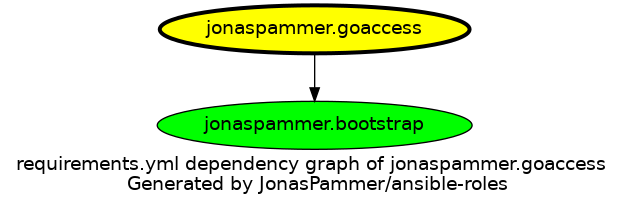
Earlier version of the Graphviz export graphs/dependencies_goaccess.png (JonasPammer/ansible-roles). Its source is kept beside it as graphs/dependencies_goaccess.dot.
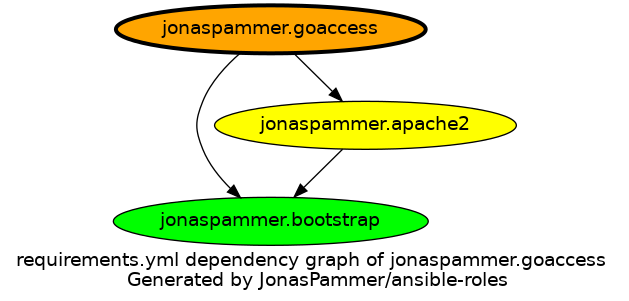
Above is the later version.

What changed in the source:
```diff
@@ -3,10 +3,12 @@
   overlap=false
 
   {
-    "jonaspammer.goaccess" [fillcolor=yellow style=filled penwidth=3]
+    "jonaspammer.goaccess" [fillcolor=orange style=filled penwidth=3]
     "jonaspammer.bootstrap" [fillcolor=green style=filled ]
+    "jonaspammer.apache2" [fillcolor=yellow style=filled ]
   }
 
 
-  "jonaspammer.goaccess" -> {"jonaspammer.bootstrap"}
+  "jonaspammer.goaccess" -> {"jonaspammer.bootstrap" "jonaspammer.apache2"}
+  "jonaspammer.apache2" -> {"jonaspammer.bootstrap"}
 }
```
